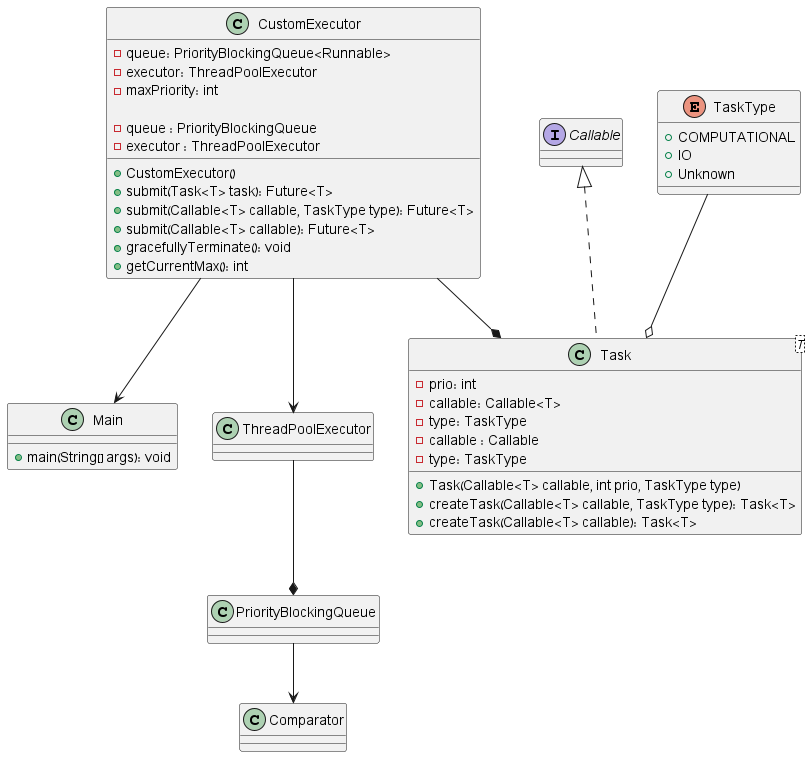
TheLegitBaljit/OOPProject2 keeps this PlantUML diagram as OOPProject2Part2/UML.png. Above is the earlier version.
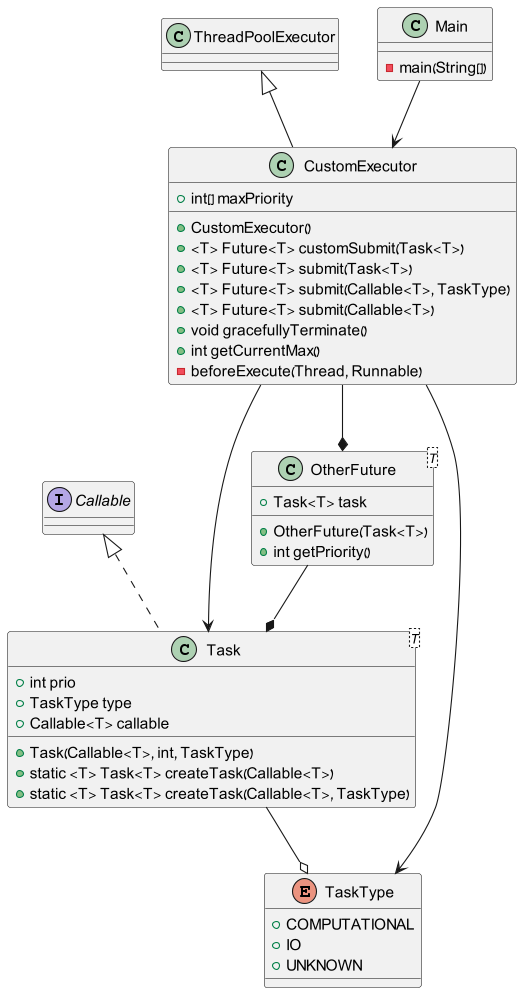
After the change.

Diff of the diagram source:
```diff
@@ -1,55 +1,41 @@
 @startuml
-class CustomExecutor{
-    -queue: PriorityBlockingQueue<Runnable>
-    -executor: ThreadPoolExecutor
-    -maxPriority: int
-
+class CustomExecutor extends ThreadPoolExecutor {
+    +int[] maxPriority
     +CustomExecutor()
-    +submit(Task<T> task): Future<T>
-    +submit(Callable<T> callable, TaskType type): Future<T>
-    +submit(Callable<T> callable): Future<T>
-    +gracefullyTerminate(): void
-    +getCurrentMax(): int
-}
-
-class Main {
-    +main(String[] args): void
+    +<T> Future<T> customSubmit(Task<T>)
+    +<T> Future<T> submit(Task<T>)
+    +<T> Future<T> submit(Callable<T>, TaskType)
+    +<T> Future<T> submit(Callable<T>)
+    +void gracefullyTerminate()
+    +int getCurrentMax()
+    -beforeExecute(Thread, Runnable)
 }
 
 class Task<T> implements Callable {
-    -prio: int
-    -callable: Callable<T>
-    -type: TaskType
-    +Task(Callable<T> callable, int prio, TaskType type)
-    +createTask(Callable<T> callable, TaskType type): Task<T>
-    +createTask(Callable<T> callable): Task<T>
+    +int prio
+    +TaskType type
+    +Callable<T> callable
+    +Task(Callable<T>, int, TaskType)
+    +static <T> Task<T> createTask(Callable<T>)
+    +static <T> Task<T> createTask(Callable<T>, TaskType)
 }
-
+class OtherFuture<T> {
+    +Task<T> task
+    +OtherFuture(Task<T>)
+    +int getPriority()
+}
 enum TaskType {
     +COMPUTATIONAL
     +IO
-    +Unknown
+    +UNKNOWN
 }
-
-class PriorityBlockingQueue{}
-class ThreadPoolExecutor{}
-
-class CustomExecutor{
-    -queue : PriorityBlockingQueue
-    -executor : ThreadPoolExecutor
+class Main {
+    -main(String[])
 }
-
-class Task {
-    -callable : Callable
-    -type: TaskType
-}
-
-class Comparator
-
-TaskType --o Task
-ThreadPoolExecutor --* PriorityBlockingQueue
-PriorityBlockingQueue --> Comparator
-CustomExecutor --> ThreadPoolExecutor
-CustomExecutor --> Main
-CustomExecutor --* Task
+Main --> CustomExecutor
+CustomExecutor --> Task
+CustomExecutor --* OtherFuture
+CustomExecutor --> TaskType
+OtherFuture --* Task
+Task --o TaskType
 @enduml
```
